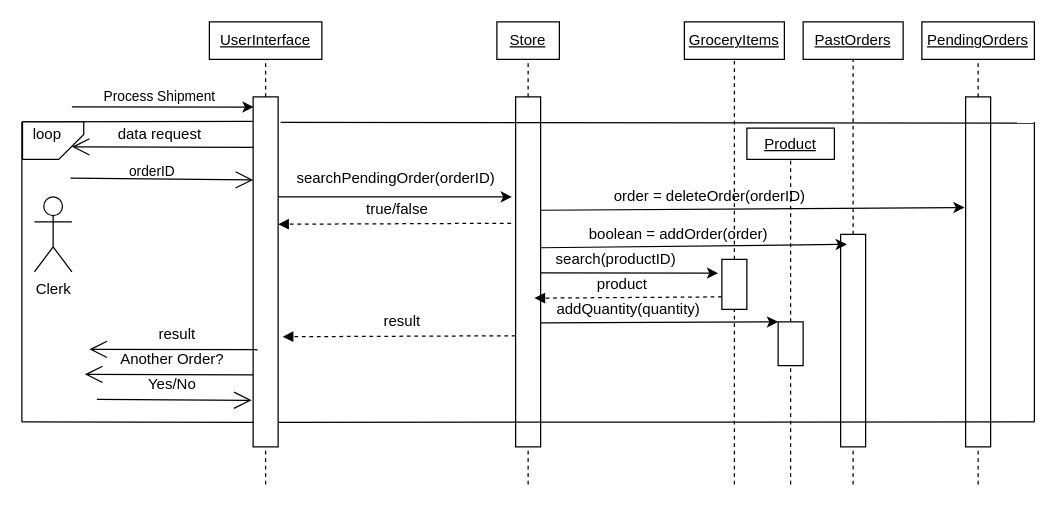
vinnyyo/GroupProject1 keeps this draw.io diagram as Doc/Sequence Diagrams/Diagram 5.drawio. Above is the earlier version. Source tidied: cells renumbered, new cells numbered last; positions are measured from the earlier drawing's top-left corner, leaving out a move shared by most shapes. Both pictures are drawn from the tidied source at 125%, with x=0, y=0 at pixel (21, 21).
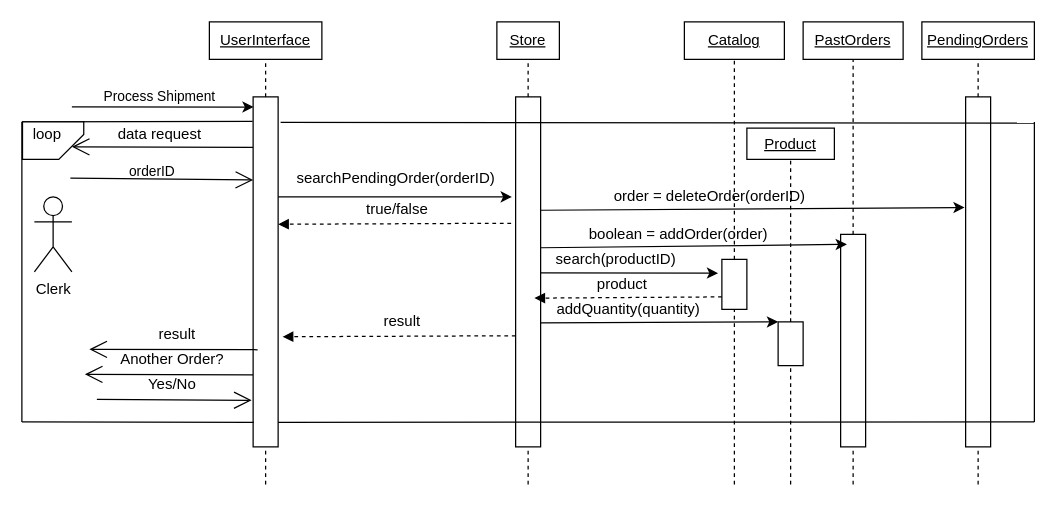
The same diagram, later.

Change to the diagram source:
```diff
@@
-    <mxCell id="37" value="&lt;u&gt;GroceryItems&lt;/u&gt;" style="rounded=0;whiteSpace=wrap;html=1;" parent="1" vertex="1">
+    <mxCell id="37" value="&lt;u&gt;Catalog&lt;/u&gt;" style="rounded=0;whiteSpace=wrap;html=1;" parent="1" vertex="1">
       <mxGeometry x="530" width="80" height="30" as="geometry" />
     </mxCell>
```
